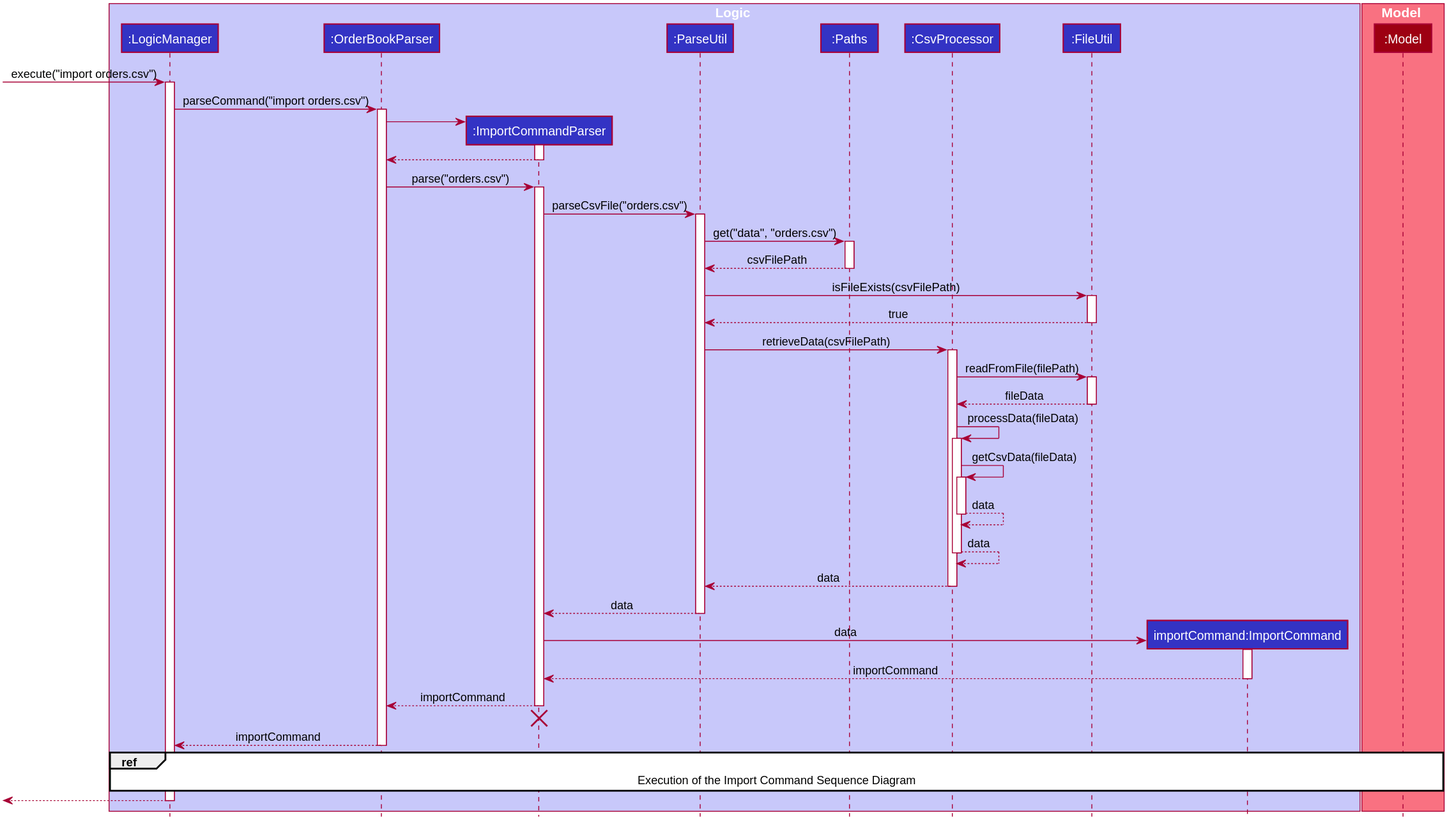
Above: docs/images/ImportCommandSequenceDiagram.svg in nus-cs2103-AY1920S2/addressbook-level3 (PlantUML), before the change.
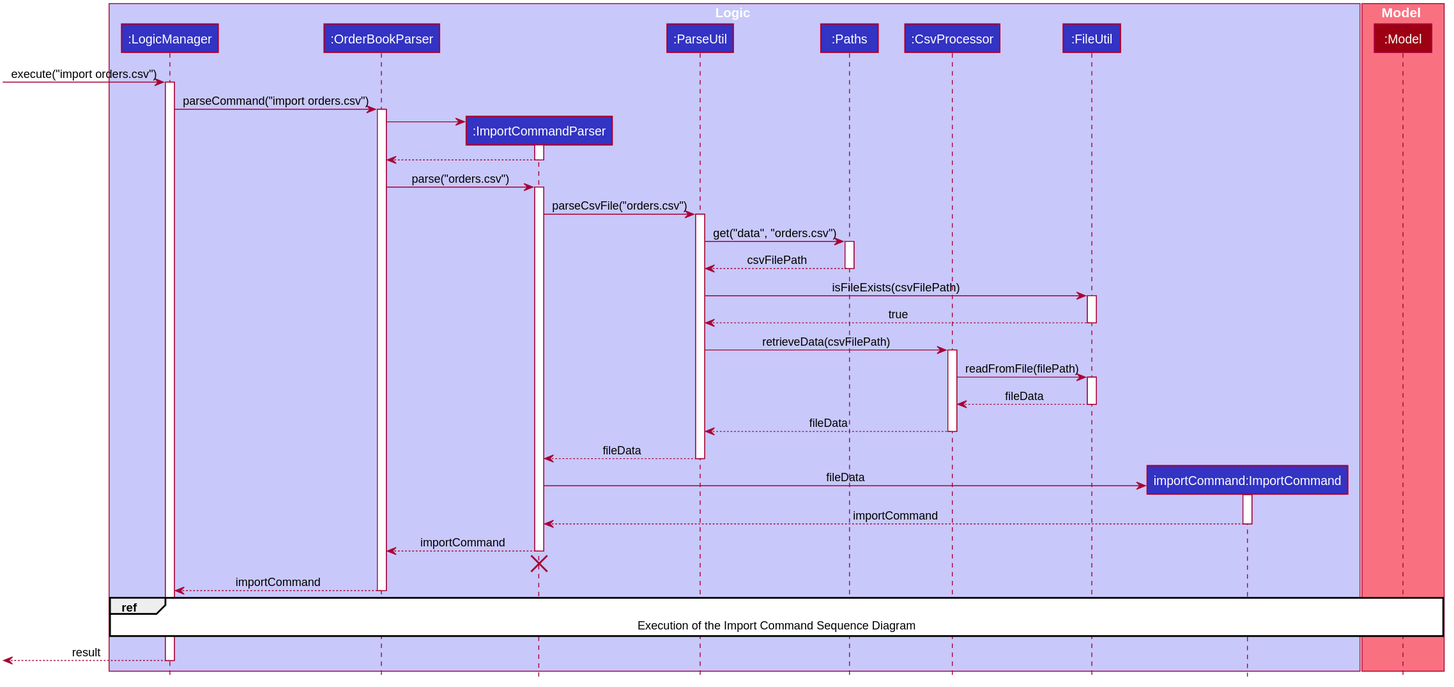
Above is the later version.

The edit, as a diff of the source:
```diff
@@ -90,20 +90,12 @@
 
 FileUtil --> CsvProcessor -- : fileData
 
-CsvProcessor -> CsvProcessor ++ : processData(fileData)
+CsvProcessor --> ParseUtil -- : fileData
 
-CsvProcessor -> CsvProcessor ++ : getCsvData(fileData)
-
-CsvProcessor --> CsvProcessor -- : data
-
-CsvProcessor --> CsvProcessor -- : data
-
-CsvProcessor --> ParseUtil -- : data
-
-ParseUtil --> ImportCommandParser -- : data
+ParseUtil --> ImportCommandParser -- : fileData
 
 create ImportCommand
-ImportCommandParser -> ImportCommand ++ : data
+ImportCommandParser -> ImportCommand ++ : fileData
 
 ImportCommand --> ImportCommandParser -- : importCommand
 
@@ -116,6 +108,6 @@
 
 ref over LogicManager,  Model : Execution of the Import Command Sequence Diagram
 
-[<--LogicManager
+[<--LogicManager : result
 deactivate LogicManager
 @enduml
```
